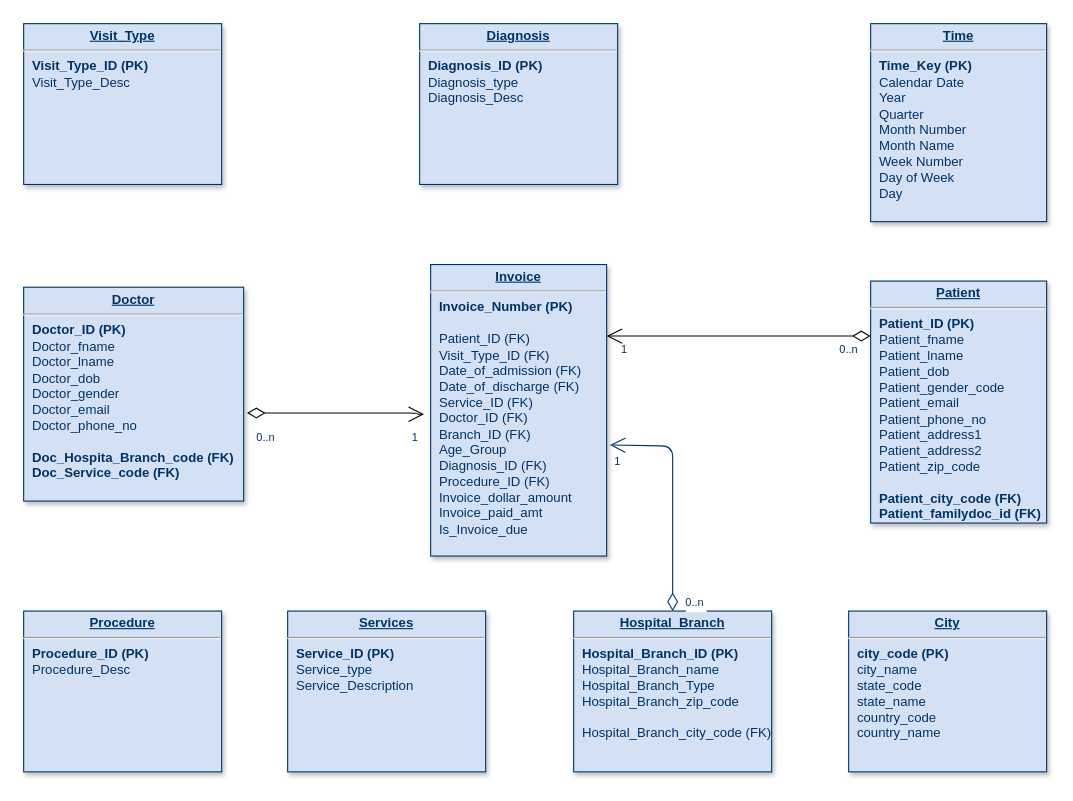
Before: 234.drawio in jyothsnagrace/6120, a draw.io diagram. Source tidied: cells renumbered, new cells numbered last; positions are measured from the earlier drawing's top-left corner, leaving out a move shared by most shapes. Both pictures are drawn from the tidied source at 110%, with x=0, y=0 at pixel (23, 23).
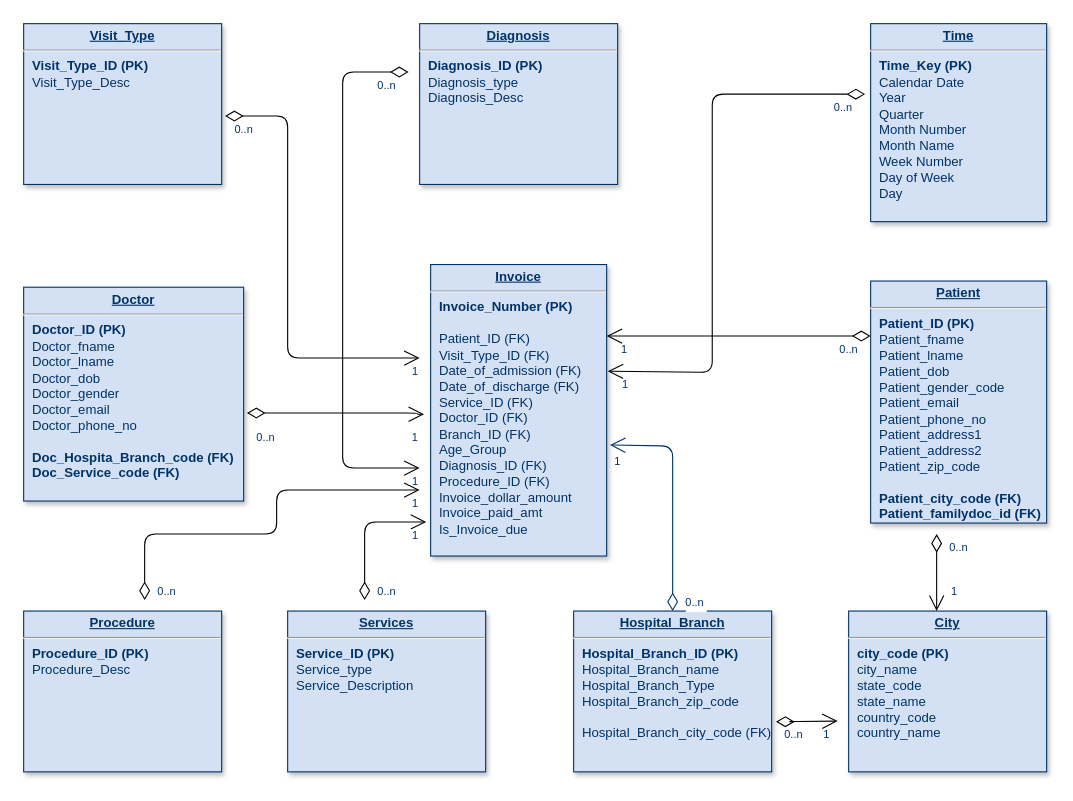
After the change.

Unchanged cells that the change refers to:
```xml
<mxCell id="2" value="&lt;p style=&quot;margin: 0px; margin-top: 4px; text-align: center; text-decoration: underline;&quot;&gt;&lt;strong&gt;Time&lt;/strong&gt;&lt;/p&gt;&lt;hr&gt;&lt;p style=&quot;margin: 0px; margin-left: 8px;&quot;&gt;&lt;b&gt;Time_Key (PK)&lt;/b&gt;&lt;/p&gt;&lt;p style=&quot;border-color: var(--border-color); margin: 0px 0px 0px 8px;&quot;&gt;Calendar Date&lt;/p&gt;&lt;p style=&quot;margin: 0px; margin-left: 8px;&quot;&gt;Year&lt;/p&gt;&lt;p style=&quot;margin: 0px; margin-left: 8px;&quot;&gt;Quarter&lt;/p&gt;&lt;p style=&quot;margin: 0px; margin-left: 8px;&quot;&gt;Month Number&lt;br&gt;&lt;/p&gt;&lt;p style=&quot;margin: 0px; margin-left: 8px;&quot;&gt;Month Name&lt;/p&gt;&lt;p style=&quot;margin: 0px; margin-left: 8px;&quot;&gt;Week Number&lt;/p&gt;&lt;p style=&quot;margin: 0px; margin-left: 8px;&quot;&gt;Day of Week&lt;/p&gt;&lt;p style=&quot;margin: 0px; margin-left: 8px;&quot;&gt;Day&lt;/p&gt;&lt;p style=&quot;margin: 0px; margin-left: 8px;&quot;&gt;&lt;br&gt;&lt;span style=&quot;&quot;&gt;&amp;nbsp;&lt;/span&gt;&lt;/p&gt;" style="verticalAlign=top;align=left;overflow=fill;fontSize=12;fontFamily=Helvetica;html=1;strokeColor=#003366;shadow=1;fillColor=#D4E1F5;fontColor=#003366;" parent="1" vertex="1">
  <mxGeometry x="770" width="160" height="180" as="geometry" />
</mxCell>
<mxCell id="3" value="&lt;p style=&quot;margin: 0px; margin-top: 4px; text-align: center; text-decoration: underline;&quot;&gt;&lt;strong&gt;Invoice&lt;/strong&gt;&lt;/p&gt;&lt;hr&gt;&lt;p style=&quot;margin: 0px; margin-left: 8px;&quot;&gt;&lt;b&gt;Invoice_Number (PK)&lt;/b&gt;&lt;/p&gt;&lt;p style=&quot;margin: 0px; margin-left: 8px;&quot;&gt;&lt;br&gt;&lt;/p&gt;&lt;p style=&quot;margin: 0px; margin-left: 8px;&quot;&gt;Patient_ID (FK)&lt;/p&gt;&lt;p style=&quot;margin: 0px; margin-left: 8px;&quot;&gt;Visit_Type_ID (FK)&lt;/p&gt;&lt;p style=&quot;margin: 0px; margin-left: 8px;&quot;&gt;Date_of_admission (FK)&lt;/p&gt;&lt;p style=&quot;margin: 0px; margin-left: 8px;&quot;&gt;Date_of_discharge (FK)&lt;/p&gt;&lt;p style=&quot;margin: 0px; margin-left: 8px;&quot;&gt;Service_ID (FK)&lt;/p&gt;&lt;p style=&quot;border-color: var(--border-color); margin: 0px 0px 0px 8px;&quot;&gt;Doctor_ID (FK)&lt;br style=&quot;border-color: var(--border-color);&quot;&gt;&lt;/p&gt;&lt;p style=&quot;border-color: var(--border-color); margin: 0px 0px 0px 8px;&quot;&gt;Branch_ID (FK)&lt;/p&gt;&lt;p style=&quot;border-color: var(--border-color); margin: 0px 0px 0px 8px;&quot;&gt;Age_Group&lt;/p&gt;&lt;p style=&quot;border-color: var(--border-color); margin: 0px 0px 0px 8px;&quot;&gt;Diagnosis_ID (FK)&lt;/p&gt;&lt;p style=&quot;border-color: var(--border-color); margin: 0px 0px 0px 8px;&quot;&gt;Procedure_ID (FK)&lt;/p&gt;&lt;p style=&quot;border-color: var(--border-color); margin: 0px 0px 0px 8px;&quot;&gt;Invoice_dollar_amount&lt;/p&gt;&lt;p style=&quot;border-color: var(--border-color); margin: 0px 0px 0px 8px;&quot;&gt;Invoice_paid_amt&lt;/p&gt;&lt;p style=&quot;border-color: var(--border-color); margin: 0px 0px 0px 8px;&quot;&gt;Is_Invoice_due&lt;/p&gt;&lt;p style=&quot;border-color: var(--border-color); margin: 0px 0px 0px 8px;&quot;&gt;&lt;br&gt;&lt;/p&gt;&lt;p style=&quot;border-color: var(--border-color); margin: 0px 0px 0px 8px;&quot;&gt;&lt;br&gt;&lt;/p&gt;&lt;p style=&quot;border-color: var(--border-color); margin: 0px 0px 0px 8px;&quot;&gt;&lt;br&gt;&lt;/p&gt;" style="verticalAlign=top;align=left;overflow=fill;fontSize=12;fontFamily=Helvetica;html=1;strokeColor=#003366;shadow=1;fillColor=#D4E1F5;fontColor=#003366;" parent="1" vertex="1">
  <mxGeometry x="370" y="219" width="160" height="265" as="geometry" />
</mxCell>
<mxCell id="8" value="&lt;p style=&quot;margin: 0px; margin-top: 4px; text-align: center; text-decoration: underline;&quot;&gt;&lt;strong&gt;Hospital_Branch&lt;/strong&gt;&lt;/p&gt;&lt;hr&gt;&lt;p style=&quot;margin: 0px; margin-left: 8px;&quot;&gt;&lt;b&gt;Hospital_Branch_ID (PK)&lt;/b&gt;&lt;/p&gt;&lt;p style=&quot;margin: 0px; margin-left: 8px;&quot;&gt;Hospital_Branch_name&lt;/p&gt;&lt;p style=&quot;margin: 0px; margin-left: 8px;&quot;&gt;Hospital_Branch_Type&lt;/p&gt;&lt;p style=&quot;border-color: var(--border-color); margin: 0px 0px 0px 8px;&quot;&gt;Hospital_Branch_zip_code&lt;br style=&quot;border-color: var(--border-color);&quot;&gt;&lt;/p&gt;&lt;p style=&quot;border-color: var(--border-color); margin: 0px 0px 0px 8px;&quot;&gt;&lt;br style=&quot;border-color: var(--border-color);&quot;&gt;&lt;/p&gt;&lt;p style=&quot;margin: 0px; margin-left: 8px;&quot;&gt;Hospital_Branch_city_code (FK)&lt;/p&gt;" style="verticalAlign=top;align=left;overflow=fill;fontSize=12;fontFamily=Helvetica;html=1;strokeColor=#003366;shadow=1;fillColor=#D4E1F5;fontColor=#003366;" parent="1" vertex="1">
  <mxGeometry x="500" y="534" width="180" height="146.2" as="geometry" />
</mxCell>
```

What changed in the source:
```diff
@@
+    <mxCell id="22" style="endArrow=open;endSize=12;startArrow=diamondThin;startSize=14;startFill=0;edgeStyle=orthogonalEdgeStyle;entryX=1.006;entryY=0.366;entryDx=0;entryDy=0;entryPerimeter=0;exitX=-0.031;exitY=0.356;exitDx=0;exitDy=0;exitPerimeter=0;" parent="1" edge="1" source="2" target="3">
+      <mxGeometry x="1389.4" y="130" as="geometry">
+        <Array as="points">
+          <mxPoint x="626" y="64" />
+          <mxPoint x="626" y="317" />
+        </Array>
+      </mxGeometry>
+    </mxCell>
+    <mxCell id="23" value="0..n" style="align=left;verticalAlign=top;labelBackgroundColor=#ffffff;fontSize=10;strokeColor=#003366;shadow=1;fillColor=#D4E1F5;fontColor=#003366;" parent="22" vertex="1">
+      <mxGeometry x="-1" relative="1" as="geometry">
+        <mxPoint x="-30" as="offset" />
+      </mxGeometry>
+    </mxCell>
+    <mxCell id="24" value="1" style="align=right;verticalAlign=top;labelBackgroundColor=#ffffff;fontSize=10;strokeColor=#003366;shadow=1;fillColor=#D4E1F5;fontColor=#003366;" parent="22" vertex="1">
+      <mxGeometry x="1" relative="1" as="geometry">
+        <mxPoint x="20" as="offset" />
+      </mxGeometry>
+    </mxCell>
+    <mxCell id="25" style="endArrow=open;endSize=12;startArrow=diamondThin;startSize=14;startFill=0;edgeStyle=orthogonalEdgeStyle;" parent="1" edge="1">
+      <mxGeometry x="1389.4" y="130" as="geometry">
+        <mxPoint x="350" y="44" as="sourcePoint" />
+        <mxPoint x="360" y="404" as="targetPoint" />
+        <Array as="points">
+          <mxPoint x="290" y="44" />
+          <mxPoint x="290" y="404" />
+        </Array>
+      </mxGeometry>
+    </mxCell>
+    <mxCell id="26" value="0..n" style="align=left;verticalAlign=top;labelBackgroundColor=#ffffff;fontSize=10;strokeColor=#003366;shadow=1;fillColor=#D4E1F5;fontColor=#003366;" parent="25" vertex="1">
+      <mxGeometry x="-1" relative="1" as="geometry">
+        <mxPoint x="-30" as="offset" />
+      </mxGeometry>
+    </mxCell>
+    <mxCell id="27" value="1" style="align=right;verticalAlign=top;labelBackgroundColor=#ffffff;fontSize=10;strokeColor=#003366;shadow=1;fillColor=#D4E1F5;fontColor=#003366;" parent="25" vertex="1">
+      <mxGeometry x="1" relative="1" as="geometry" />
+    </mxCell>
+    <mxCell id="28" style="endArrow=open;endSize=12;startArrow=diamondThin;startSize=14;startFill=0;edgeStyle=orthogonalEdgeStyle;exitX=1.017;exitY=0.397;exitDx=0;exitDy=0;exitPerimeter=0;" parent="1" edge="1">
+      <mxGeometry x="1389.4" y="130" as="geometry">
+        <mxPoint x="183.1" y="84" as="sourcePoint" />
+        <mxPoint x="360" y="304" as="targetPoint" />
+        <Array as="points">
+          <mxPoint x="240" y="84" />
+          <mxPoint x="240" y="304" />
+        </Array>
+      </mxGeometry>
+    </mxCell>
+    <mxCell id="29" value="0..n" style="align=left;verticalAlign=top;labelBackgroundColor=#ffffff;fontSize=10;strokeColor=#003366;shadow=1;fillColor=#D4E1F5;fontColor=#003366;" parent="28" vertex="1">
+      <mxGeometry x="-1" relative="1" as="geometry">
+        <mxPoint x="7" as="offset" />
+      </mxGeometry>
+    </mxCell>
+    <mxCell id="30" value="1" style="align=right;verticalAlign=top;labelBackgroundColor=#ffffff;fontSize=10;strokeColor=#003366;shadow=1;fillColor=#D4E1F5;fontColor=#003366;" parent="28" vertex="1">
+      <mxGeometry x="1" relative="1" as="geometry" />
+    </mxCell>
+    <mxCell id="31" style="endArrow=open;endSize=12;startArrow=diamondThin;startSize=14;startFill=0;edgeStyle=orthogonalEdgeStyle;" parent="1" edge="1">
+      <mxGeometry x="1389.4" y="130" as="geometry">
+        <mxPoint x="110" y="524" as="sourcePoint" />
+        <mxPoint x="360" y="424" as="targetPoint" />
+        <Array as="points">
+          <mxPoint x="110" y="464" />
+          <mxPoint x="230" y="464" />
+          <mxPoint x="230" y="424" />
+        </Array>
+      </mxGeometry>
+    </mxCell>
+    <mxCell id="32" value="0..n" style="align=left;verticalAlign=top;labelBackgroundColor=#ffffff;fontSize=10;strokeColor=#003366;shadow=1;fillColor=#D4E1F5;fontColor=#003366;" parent="31" vertex="1">
+      <mxGeometry x="-1" relative="1" as="geometry">
+        <mxPoint x="10" y="-20" as="offset" />
+      </mxGeometry>
+    </mxCell>
+    <mxCell id="33" value="1" style="align=right;verticalAlign=top;labelBackgroundColor=#ffffff;fontSize=10;strokeColor=#003366;shadow=1;fillColor=#D4E1F5;fontColor=#003366;" parent="31" vertex="1">
+      <mxGeometry x="1" relative="1" as="geometry" />
+    </mxCell>
+    <mxCell id="34" style="endArrow=open;endSize=12;startArrow=diamondThin;startSize=14;startFill=0;edgeStyle=orthogonalEdgeStyle;entryX=-0.025;entryY=0.883;entryDx=0;entryDy=0;entryPerimeter=0;" parent="1" edge="1" target="3">
+      <mxGeometry x="1389.4" y="130" as="geometry">
+        <mxPoint x="310" y="524" as="sourcePoint" />
+        <Array as="points">
+          <mxPoint x="310" y="453" />
+        </Array>
+      </mxGeometry>
+    </mxCell>
+    <mxCell id="35" value="0..n" style="align=left;verticalAlign=top;labelBackgroundColor=#ffffff;fontSize=10;strokeColor=#003366;shadow=1;fillColor=#D4E1F5;fontColor=#003366;" parent="34" vertex="1">
+      <mxGeometry x="-1" relative="1" as="geometry">
+        <mxPoint x="10" y="-20" as="offset" />
+      </mxGeometry>
+    </mxCell>
+    <mxCell id="36" value="1" style="align=right;verticalAlign=top;labelBackgroundColor=#ffffff;fontSize=10;strokeColor=#003366;shadow=1;fillColor=#D4E1F5;fontColor=#003366;" parent="34" vertex="1">
+      <mxGeometry x="1" relative="1" as="geometry">
+        <mxPoint x="-6" as="offset" />
+      </mxGeometry>
+    </mxCell>
+    <mxCell id="37" style="endArrow=open;endSize=12;startArrow=diamondThin;startSize=14;startFill=0;edgeStyle=orthogonalEdgeStyle;exitX=1.022;exitY=0.688;exitDx=0;exitDy=0;exitPerimeter=0;" parent="1" edge="1" source="8">
+      <mxGeometry x="1389.4" y="130" as="geometry">
+        <mxPoint x="740" y="634" as="targetPoint" />
+        <Array as="points">
+          <mxPoint x="694" y="635" />
+        </Array>
+      </mxGeometry>
+    </mxCell>
+    <mxCell id="38" value="0..n" style="align=left;verticalAlign=top;labelBackgroundColor=#ffffff;fontSize=10;strokeColor=#003366;shadow=1;fillColor=#D4E1F5;fontColor=#003366;" parent="37" vertex="1">
+      <mxGeometry x="-1" relative="1" as="geometry">
+        <mxPoint x="6" y="-1" as="offset" />
+      </mxGeometry>
+    </mxCell>
+    <mxCell id="39" value="1" style="align=right;verticalAlign=top;labelBackgroundColor=#ffffff;fontSize=10;strokeColor=#003366;shadow=1;fillColor=#D4E1F5;fontColor=#003366;" parent="37" vertex="1">
+      <mxGeometry x="1" relative="1" as="geometry">
+        <mxPoint x="-6" as="offset" />
+      </mxGeometry>
+    </mxCell>
+    <mxCell id="40" style="endArrow=open;endSize=12;startArrow=diamondThin;startSize=14;startFill=0;edgeStyle=orthogonalEdgeStyle;entryX=-0.025;entryY=0.883;entryDx=0;entryDy=0;entryPerimeter=0;" parent="1" edge="1">
+      <mxGeometry x="1389.4" y="130" as="geometry">
+        <mxPoint x="830" y="464" as="sourcePoint" />
+        <mxPoint x="830" y="534" as="targetPoint" />
+        <Array as="points">
+          <mxPoint x="830" y="494" />
+          <mxPoint x="830" y="494" />
+        </Array>
+      </mxGeometry>
+    </mxCell>
+    <mxCell id="41" value="0..n" style="align=left;verticalAlign=top;labelBackgroundColor=#ffffff;fontSize=10;strokeColor=#003366;shadow=1;fillColor=#D4E1F5;fontColor=#003366;" parent="40" vertex="1">
+      <mxGeometry x="-1" relative="1" as="geometry">
+        <mxPoint x="10" as="offset" />
+      </mxGeometry>
+    </mxCell>
+    <mxCell id="42" value="1" style="align=right;verticalAlign=top;labelBackgroundColor=#ffffff;fontSize=10;strokeColor=#003366;shadow=1;fillColor=#D4E1F5;fontColor=#003366;" parent="40" vertex="1">
+      <mxGeometry x="1" relative="1" as="geometry">
+        <mxPoint x="20" y="-30" as="offset" />
+      </mxGeometry>
+    </mxCell>
```
